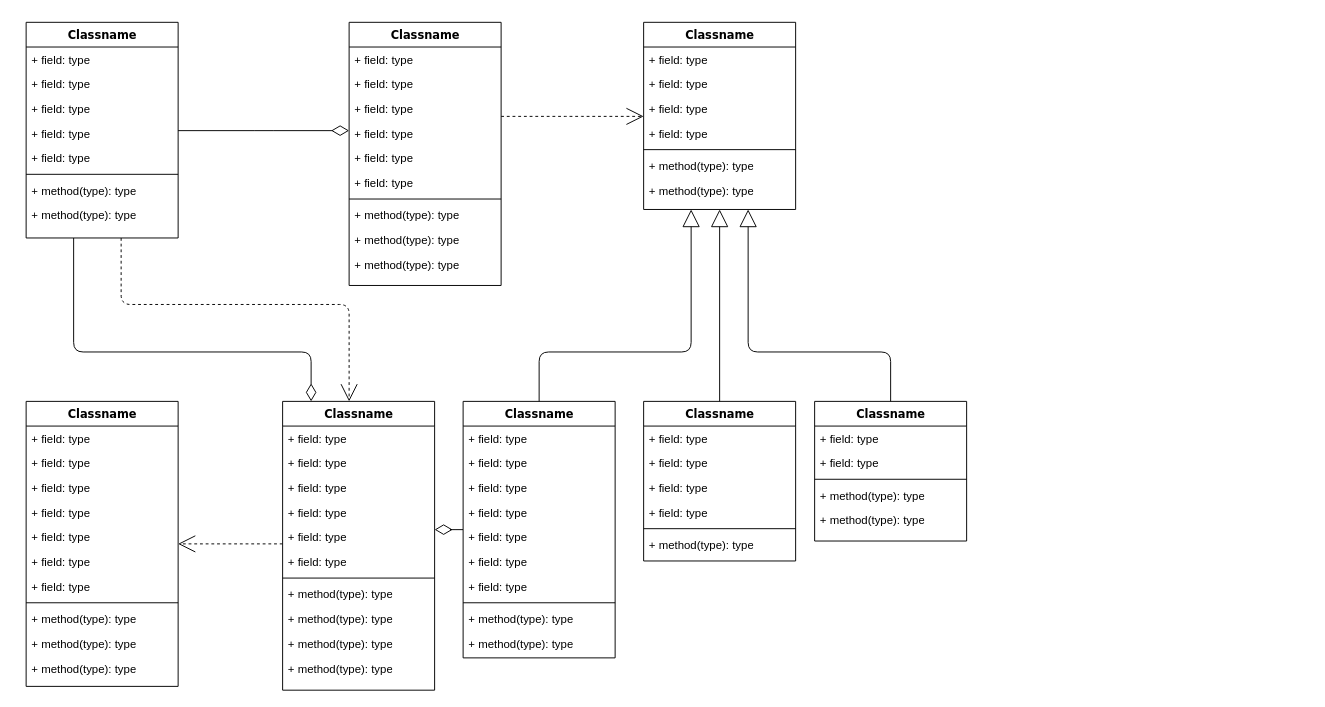
Before: Conceptual Data model.drawio in dolobe/e-commerce-SQL, a draw.io diagram. Source tidied: cells renumbered, new cells numbered last; positions are measured from the earlier drawing's top-left corner, leaving out a move shared by most shapes. Both pictures are drawn from the tidied source at 95%, with x=0, y=0 at pixel (26, 22).
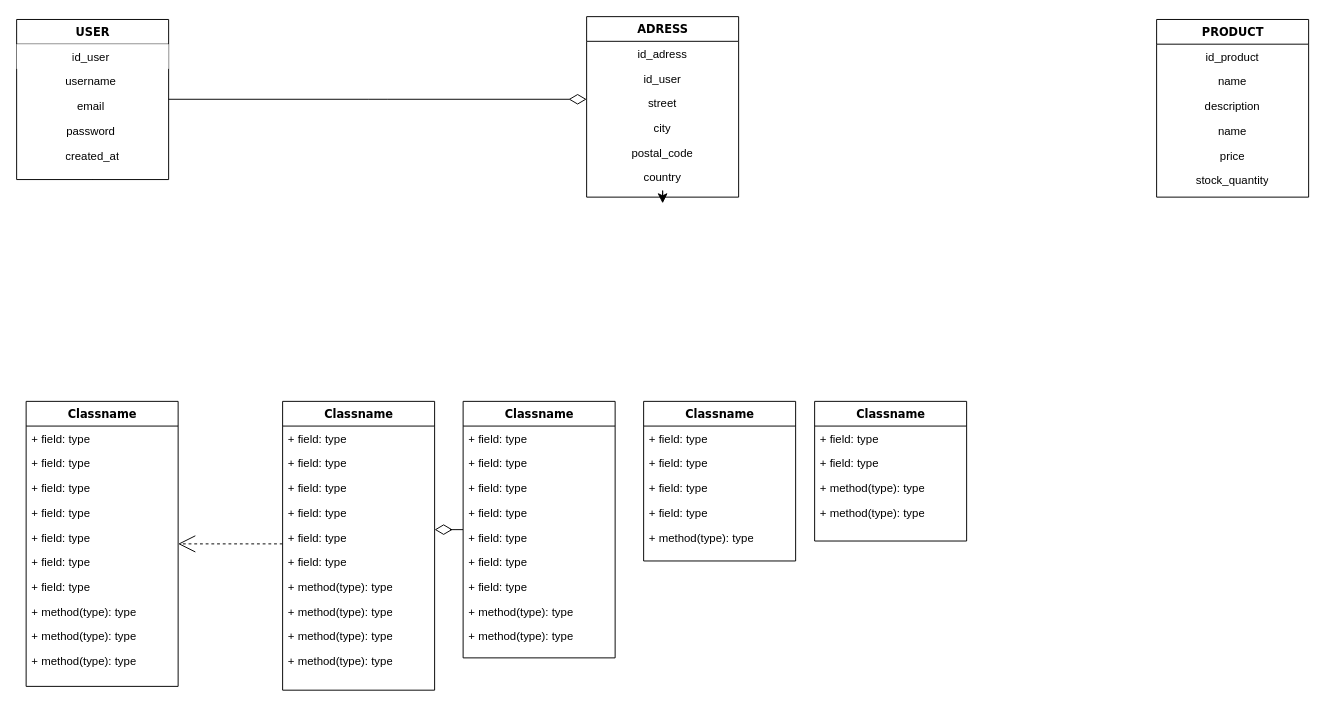
After the change.

Commit message (it also covers changes not shown here):
Mettre à jour Conceptual Data model.drawio

Unchanged cells that the change refers to:
```xml
<mxCell id="34" value="Classname" style="swimlane;html=1;fontStyle=1;align=center;verticalAlign=top;horizontal=1;startSize=26;swimlaneFillColor=#ffffff;rounded=0;shadow=0;comic=0;labelBackgroundColor=none;strokeWidth=1;fillColor=none;fontFamily=Verdana;fontSize=12;" parent="1" vertex="1">
  <mxGeometry y="399" width="160" height="300" as="geometry" />
</mxCell>
<mxCell id="47" value="Classname" style="swimlane;html=1;fontStyle=1;align=center;verticalAlign=top;horizontal=1;startSize=26;swimlaneFillColor=#ffffff;rounded=0;shadow=0;comic=0;labelBackgroundColor=none;strokeWidth=1;fillColor=none;fontFamily=Verdana;fontSize=12;" parent="1" vertex="1">
  <mxGeometry x="270" y="399" width="160" height="304" as="geometry" />
</mxCell>
<mxCell id="60" value="Classname" style="swimlane;html=1;fontStyle=1;align=center;verticalAlign=top;horizontal=1;startSize=26;swimlaneFillColor=#ffffff;rounded=0;shadow=0;comic=0;labelBackgroundColor=none;strokeWidth=1;fillColor=none;fontFamily=Verdana;fontSize=12;" parent="1" vertex="1">
  <mxGeometry x="460" y="399" width="160" height="270" as="geometry" />
</mxCell>
<mxCell id="72" value="Classname" style="swimlane;html=1;fontStyle=1;align=center;verticalAlign=top;horizontal=1;startSize=26;swimlaneFillColor=#ffffff;rounded=0;shadow=0;comic=0;labelBackgroundColor=none;strokeWidth=1;fillColor=none;fontFamily=Verdana;fontSize=12;" parent="1" vertex="1">
  <mxGeometry x="650" y="399" width="160" height="168" as="geometry" />
</mxCell>
<mxCell id="80" value="Classname" style="swimlane;html=1;fontStyle=1;align=center;verticalAlign=top;horizontal=1;startSize=26;swimlaneFillColor=#ffffff;rounded=0;shadow=0;comic=0;labelBackgroundColor=none;strokeWidth=1;fillColor=none;fontFamily=Verdana;fontSize=12;" parent="1" vertex="1">
  <mxGeometry x="830" y="399" width="160" height="147" as="geometry" />
</mxCell>
```

What changed in the source:
```diff
@@
-    <mxCell id="2" style="edgeStyle=orthogonalEdgeStyle;html=1;labelBackgroundColor=none;startFill=0;startSize=8;endArrow=open;endFill=0;endSize=16;fontFamily=Verdana;fontSize=12;dashed=1;" parent="1" edge="1" source="4" target="47">
-      <mxGeometry relative="1" as="geometry">
-        <Array as="points">
-          <mxPoint x="100" y="297" />
-          <mxPoint x="340" y="297" />
-        </Array>
-      </mxGeometry>
-    </mxCell>
-    <mxCell id="3" style="edgeStyle=orthogonalEdgeStyle;html=1;labelBackgroundColor=none;startFill=0;startSize=8;endArrow=diamondThin;endFill=0;endSize=16;fontFamily=Verdana;fontSize=12;" parent="1" edge="1" source="4" target="47">
-      <mxGeometry relative="1" as="geometry">
-        <Array as="points">
-          <mxPoint x="50" y="347" />
-          <mxPoint x="300" y="347" />
-        </Array>
-      </mxGeometry>
-    </mxCell>
+    <mxCell id="87" style="edgeStyle=none;curved=1;rounded=0;jettySize=auto;html=1;exitX=0.5;exitY=1;exitDx=0;exitDy=0;fontSize=12;startSize=8;endSize=8;" parent="1" edge="1" source="4">
+      <mxGeometry relative="1" as="geometry">
+        <mxPoint x="90" y="117" as="targetPoint" />
+      </mxGeometry>
+    </mxCell>
-    <mxCell id="4" value="Classname" style="swimlane;html=1;fontStyle=1;align=center;verticalAlign=top;horizontal=1;startSize=26;swimlaneFillColor=#ffffff;rounded=0;shadow=0;comic=0;labelBackgroundColor=none;strokeWidth=1;fillColor=none;fontFamily=Verdana;fontSize=12;" parent="1" vertex="1">
-      <mxGeometry width="160" height="227" as="geometry" />
+    <mxCell id="4" value="USER" style="swimlane;html=1;fontStyle=1;align=center;verticalAlign=top;horizontal=1;startSize=26;swimlaneFillColor=#ffffff;rounded=0;shadow=0;comic=0;labelBackgroundColor=none;strokeWidth=1;fillColor=none;fontFamily=Verdana;fontSize=12;" parent="1" vertex="1">
+      <mxGeometry x="-10" y="-3" width="160" height="168.5" as="geometry" />
     </mxCell>
-    <mxCell id="5" value="+ field: type" style="text;html=1;strokeColor=none;fillColor=none;align=left;verticalAlign=top;spacingLeft=4;spacingRight=4;whiteSpace=wrap;overflow=hidden;" parent="4" vertex="1">
-      <mxGeometry y="26" width="160" height="26" as="geometry" />
-    </mxCell>
-    <mxCell id="6" value="+ field: type" style="text;html=1;strokeColor=none;fillColor=none;align=left;verticalAlign=top;spacingLeft=4;spacingRight=4;whiteSpace=wrap;overflow=hidden;" parent="4" vertex="1">
-      <mxGeometry y="52" width="160" height="26" as="geometry" />
+    <mxCell id="6" value="id_user&amp;nbsp;" style="text;html=1;strokeColor=none;fillColor=default;align=center;verticalAlign=top;spacingLeft=4;spacingRight=4;whiteSpace=wrap;overflow=hidden;" parent="4" vertex="1">
+      <mxGeometry y="26" width="160" height="26" as="geometry" />
     </mxCell>
-    <mxCell id="7" value="+ field: type" style="text;html=1;strokeColor=none;fillColor=none;align=left;verticalAlign=top;spacingLeft=4;spacingRight=4;whiteSpace=wrap;overflow=hidden;" parent="4" vertex="1">
-      <mxGeometry y="78" width="160" height="26" as="geometry" />
+    <mxCell id="7" value="username&amp;nbsp;" style="text;html=1;strokeColor=none;fillColor=none;align=center;verticalAlign=top;spacingLeft=4;spacingRight=4;whiteSpace=wrap;overflow=hidden;" parent="4" vertex="1">
+      <mxGeometry y="52" width="160" height="26" as="geometry" />
     </mxCell>
-    <mxCell id="8" value="+ field: type" style="text;html=1;strokeColor=none;fillColor=none;align=left;verticalAlign=top;spacingLeft=4;spacingRight=4;whiteSpace=wrap;overflow=hidden;" parent="4" vertex="1">
-      <mxGeometry y="104" width="160" height="26" as="geometry" />
+    <mxCell id="8" value="email&amp;nbsp;" style="text;html=1;strokeColor=none;fillColor=none;align=center;verticalAlign=top;spacingLeft=4;spacingRight=4;whiteSpace=wrap;overflow=hidden;" parent="4" vertex="1">
+      <mxGeometry y="78" width="160" height="26" as="geometry" />
     </mxCell>
-    <mxCell id="9" value="+ field: type" style="text;html=1;strokeColor=none;fillColor=none;align=left;verticalAlign=top;spacingLeft=4;spacingRight=4;whiteSpace=wrap;overflow=hidden;" parent="4" vertex="1">
-      <mxGeometry y="130" width="160" height="26" as="geometry" />
+    <mxCell id="9" value="password&amp;nbsp;" style="text;html=1;strokeColor=none;fillColor=none;align=center;verticalAlign=top;spacingLeft=4;spacingRight=4;whiteSpace=wrap;overflow=hidden;" parent="4" vertex="1">
+      <mxGeometry y="104" width="160" height="26" as="geometry" />
     </mxCell>
-    <mxCell id="10" style="line;html=1;strokeWidth=1;fillColor=none;align=left;verticalAlign=middle;spacingTop=-1;spacingLeft=3;spacingRight=3;labelPosition=right;" parent="4" vertex="1">
-      <mxGeometry y="156" width="160" height="8" as="geometry" />
-    </mxCell>
-    <mxCell id="11" value="+ method(type): type" style="text;html=1;strokeColor=none;fillColor=none;align=left;verticalAlign=top;spacingLeft=4;spacingRight=4;whiteSpace=wrap;overflow=hidden;" parent="4" vertex="1">
-      <mxGeometry y="164" width="160" height="26" as="geometry" />
-    </mxCell>
-    <mxCell id="12" value="+ method(type): type" style="text;html=1;strokeColor=none;fillColor=none;align=left;verticalAlign=top;spacingLeft=4;spacingRight=4;whiteSpace=wrap;overflow=hidden;" parent="4" vertex="1">
-      <mxGeometry y="190" width="160" height="26" as="geometry" />
-    </mxCell>
-    <mxCell id="13" style="edgeStyle=elbowEdgeStyle;html=1;labelBackgroundColor=none;startFill=0;startSize=8;endArrow=open;endFill=0;endSize=16;fontFamily=Verdana;fontSize=12;elbow=vertical;dashed=1;" parent="1" edge="1" source="14" target="25">
-      <mxGeometry relative="1" as="geometry" />
-    </mxCell>
+    <mxCell id="88" value="created_at" style="text;html=1;strokeColor=none;fillColor=none;align=center;verticalAlign=top;spacingLeft=4;spacingRight=4;whiteSpace=wrap;overflow=hidden;" parent="4" vertex="1">
+      <mxGeometry y="130" width="160" height="26" as="geometry" />
+    </mxCell>
-    <mxCell id="14" value="Classname" style="swimlane;html=1;fontStyle=1;align=center;verticalAlign=top;horizontal=1;startSize=26;swimlaneFillColor=#ffffff;rounded=0;shadow=0;comic=0;labelBackgroundColor=none;strokeWidth=1;fillColor=none;fontFamily=Verdana;fontSize=12;" parent="1" vertex="1">
-      <mxGeometry x="340" width="160" height="277" as="geometry" />
+    <mxCell id="14" value="ADRESS" style="swimlane;html=1;fontStyle=1;align=center;verticalAlign=top;horizontal=1;startSize=26;swimlaneFillColor=#ffffff;rounded=0;shadow=0;comic=0;labelBackgroundColor=none;strokeWidth=1;fillColor=none;fontFamily=Verdana;fontSize=12;" parent="1" vertex="1">
+      <mxGeometry x="590" y="-6" width="160" height="190" as="geometry" />
     </mxCell>
-    <mxCell id="15" value="+ field: type" style="text;html=1;strokeColor=none;fillColor=none;align=left;verticalAlign=top;spacingLeft=4;spacingRight=4;whiteSpace=wrap;overflow=hidden;" parent="14" vertex="1">
+    <mxCell id="15" value="id_adress" style="text;html=1;strokeColor=none;fillColor=none;align=center;verticalAlign=top;spacingLeft=4;spacingRight=4;whiteSpace=wrap;overflow=hidden;" parent="14" vertex="1">
       <mxGeometry y="26" width="160" height="26" as="geometry" />
     </mxCell>
-    <mxCell id="16" value="+ field: type" style="text;html=1;strokeColor=none;fillColor=none;align=left;verticalAlign=top;spacingLeft=4;spacingRight=4;whiteSpace=wrap;overflow=hidden;" parent="14" vertex="1">
+    <mxCell id="16" value="id_user" style="text;html=1;strokeColor=none;fillColor=none;align=center;verticalAlign=top;spacingLeft=4;spacingRight=4;whiteSpace=wrap;overflow=hidden;" parent="14" vertex="1">
       <mxGeometry y="52" width="160" height="26" as="geometry" />
     </mxCell>
-    <mxCell id="17" value="+ field: type" style="text;html=1;strokeColor=none;fillColor=none;align=left;verticalAlign=top;spacingLeft=4;spacingRight=4;whiteSpace=wrap;overflow=hidden;" parent="14" vertex="1">
+    <mxCell id="17" value="street" style="text;html=1;strokeColor=none;fillColor=none;align=center;verticalAlign=top;spacingLeft=4;spacingRight=4;whiteSpace=wrap;overflow=hidden;" parent="14" vertex="1">
       <mxGeometry y="78" width="160" height="26" as="geometry" />
     </mxCell>
-    <mxCell id="18" value="+ field: type" style="text;html=1;strokeColor=none;fillColor=none;align=left;verticalAlign=top;spacingLeft=4;spacingRight=4;whiteSpace=wrap;overflow=hidden;" parent="14" vertex="1">
+    <mxCell id="18" value="city" style="text;html=1;strokeColor=none;fillColor=none;align=center;verticalAlign=top;spacingLeft=4;spacingRight=4;whiteSpace=wrap;overflow=hidden;" parent="14" vertex="1">
       <mxGeometry y="104" width="160" height="26" as="geometry" />
     </mxCell>
-    <mxCell id="19" value="+ field: type" style="text;html=1;strokeColor=none;fillColor=none;align=left;verticalAlign=top;spacingLeft=4;spacingRight=4;whiteSpace=wrap;overflow=hidden;" parent="14" vertex="1">
+    <mxCell id="19" value="postal_code" style="text;html=1;strokeColor=none;fillColor=none;align=center;verticalAlign=top;spacingLeft=4;spacingRight=4;whiteSpace=wrap;overflow=hidden;" parent="14" vertex="1">
       <mxGeometry y="130" width="160" height="26" as="geometry" />
     </mxCell>
-    <mxCell id="20" value="+ field: type" style="text;html=1;strokeColor=none;fillColor=none;align=left;verticalAlign=top;spacingLeft=4;spacingRight=4;whiteSpace=wrap;overflow=hidden;points=[[0,0.5],[1,0.5]];portConstraint=eastwest;" parent="14" vertex="1">
-      <mxGeometry y="156" width="160" height="26" as="geometry" />
+    <mxCell id="20" value="country" style="text;html=1;strokeColor=none;fillColor=none;align=center;verticalAlign=top;spacingLeft=4;spacingRight=4;whiteSpace=wrap;overflow=hidden;points=[[0,0.5],[1,0.5]];portConstraint=eastwest;" parent="14" vertex="1">
+      <mxGeometry y="156" width="160" height="34" as="geometry" />
     </mxCell>
-    <mxCell id="21" style="line;html=1;strokeWidth=1;fillColor=none;align=left;verticalAlign=middle;spacingTop=-1;spacingLeft=3;spacingRight=3;labelPosition=right;" parent="14" vertex="1">
-      <mxGeometry y="182" width="160" height="8" as="geometry" />
-    </mxCell>
-    <mxCell id="22" value="+ method(type): type" style="text;html=1;strokeColor=none;fillColor=none;align=left;verticalAlign=top;spacingLeft=4;spacingRight=4;whiteSpace=wrap;overflow=hidden;" parent="14" vertex="1">
-      <mxGeometry y="190" width="160" height="26" as="geometry" />
-    </mxCell>
-    <mxCell id="23" value="+ method(type): type" style="text;html=1;strokeColor=none;fillColor=none;align=left;verticalAlign=top;spacingLeft=4;spacingRight=4;whiteSpace=wrap;overflow=hidden;" parent="14" vertex="1">
-      <mxGeometry y="216" width="160" height="26" as="geometry" />
-    </mxCell>
-    <mxCell id="24" value="+ method(type): type" style="text;html=1;strokeColor=none;fillColor=none;align=left;verticalAlign=top;spacingLeft=4;spacingRight=4;whiteSpace=wrap;overflow=hidden;" parent="14" vertex="1">
-      <mxGeometry y="242" width="160" height="26" as="geometry" />
-    </mxCell>
+    <mxCell id="89" style="edgeStyle=none;curved=1;rounded=0;jettySize=auto;html=1;exitX=0.5;exitY=1;exitDx=0;exitDy=0;entryX=0.5;entryY=1.192;entryDx=0;entryDy=0;entryPerimeter=0;fontSize=12;startSize=8;endSize=8;" parent="14" edge="1" source="14" target="20">
+      <mxGeometry relative="1" as="geometry">
+        <Array as="points">
+          <mxPoint x="80" y="177" />
+        </Array>
+      </mxGeometry>
+    </mxCell>
-    <mxCell id="25" value="Classname" style="swimlane;html=1;fontStyle=1;align=center;verticalAlign=top;horizontal=1;startSize=26;swimlaneFillColor=#ffffff;rounded=0;shadow=0;comic=0;labelBackgroundColor=none;strokeWidth=1;fillColor=none;fontFamily=Verdana;fontSize=12;" parent="1" vertex="1">
-      <mxGeometry x="650" width="160" height="197" as="geometry" />
+    <mxCell id="25" value="PRODUCT" style="swimlane;html=1;fontStyle=1;align=center;verticalAlign=top;horizontal=1;startSize=26;swimlaneFillColor=#ffffff;rounded=0;shadow=0;comic=0;labelBackgroundColor=none;strokeWidth=1;fillColor=none;fontFamily=Verdana;fontSize=12;" parent="1" vertex="1">
+      <mxGeometry x="1190" y="-3" width="160" height="187" as="geometry" />
     </mxCell>
-    <mxCell id="26" value="+ field: type" style="text;html=1;strokeColor=none;fillColor=none;align=left;verticalAlign=top;spacingLeft=4;spacingRight=4;whiteSpace=wrap;overflow=hidden;" parent="25" vertex="1">
+    <mxCell id="26" value="id_product" style="text;html=1;strokeColor=none;fillColor=none;align=center;verticalAlign=top;spacingLeft=4;spacingRight=4;whiteSpace=wrap;overflow=hidden;" parent="25" vertex="1">
       <mxGeometry y="26" width="160" height="26" as="geometry" />
     </mxCell>
-    <mxCell id="27" value="+ field: type" style="text;html=1;strokeColor=none;fillColor=none;align=left;verticalAlign=top;spacingLeft=4;spacingRight=4;whiteSpace=wrap;overflow=hidden;" parent="25" vertex="1">
+    <mxCell id="27" value="name" style="text;html=1;strokeColor=none;fillColor=none;align=center;verticalAlign=top;spacingLeft=4;spacingRight=4;whiteSpace=wrap;overflow=hidden;" parent="25" vertex="1">
       <mxGeometry y="52" width="160" height="26" as="geometry" />
     </mxCell>
-    <mxCell id="28" value="+ field: type" style="text;html=1;strokeColor=none;fillColor=none;align=left;verticalAlign=top;spacingLeft=4;spacingRight=4;whiteSpace=wrap;overflow=hidden;" parent="25" vertex="1">
+    <mxCell id="28" value="description" style="text;html=1;strokeColor=none;fillColor=none;align=center;verticalAlign=top;spacingLeft=4;spacingRight=4;whiteSpace=wrap;overflow=hidden;" parent="25" vertex="1">
       <mxGeometry y="78" width="160" height="26" as="geometry" />
     </mxCell>
-    <mxCell id="29" value="+ field: type" style="text;html=1;strokeColor=none;fillColor=none;align=left;verticalAlign=top;spacingLeft=4;spacingRight=4;whiteSpace=wrap;overflow=hidden;" parent="25" vertex="1">
+    <mxCell id="29" value="name" style="text;html=1;strokeColor=none;fillColor=none;align=center;verticalAlign=top;spacingLeft=4;spacingRight=4;whiteSpace=wrap;overflow=hidden;" parent="25" vertex="1">
       <mxGeometry y="104" width="160" height="26" as="geometry" />
     </mxCell>
-    <mxCell id="30" style="line;html=1;strokeWidth=1;fillColor=none;align=left;verticalAlign=middle;spacingTop=-1;spacingLeft=3;spacingRight=3;labelPosition=right;" parent="25" vertex="1">
-      <mxGeometry y="130" width="160" height="8" as="geometry" />
-    </mxCell>
-    <mxCell id="31" value="+ method(type): type" style="text;html=1;strokeColor=none;fillColor=none;align=left;verticalAlign=top;spacingLeft=4;spacingRight=4;whiteSpace=wrap;overflow=hidden;" parent="25" vertex="1">
-      <mxGeometry y="138" width="160" height="26" as="geometry" />
+    <mxCell id="31" value="price" style="text;html=1;strokeColor=none;fillColor=none;align=center;verticalAlign=top;spacingLeft=4;spacingRight=4;whiteSpace=wrap;overflow=hidden;" parent="25" vertex="1">
+      <mxGeometry y="130" width="160" height="26" as="geometry" />
     </mxCell>
-    <mxCell id="32" value="+ method(type): type" style="text;html=1;strokeColor=none;fillColor=none;align=left;verticalAlign=top;spacingLeft=4;spacingRight=4;whiteSpace=wrap;overflow=hidden;" parent="25" vertex="1">
-      <mxGeometry y="164" width="160" height="26" as="geometry" />
+    <mxCell id="32" value="stock_quantity" style="text;html=1;strokeColor=none;fillColor=none;align=center;verticalAlign=top;spacingLeft=4;spacingRight=4;whiteSpace=wrap;overflow=hidden;" parent="25" vertex="1">
+      <mxGeometry y="156" width="160" height="26" as="geometry" />
     </mxCell>
@@
-    <mxCell id="42" style="line;html=1;strokeWidth=1;fillColor=none;align=left;verticalAlign=middle;spacingTop=-1;spacingLeft=3;spacingRight=3;labelPosition=right;" parent="34" vertex="1">
-      <mxGeometry y="208" width="160" height="8" as="geometry" />
-    </mxCell>
     <mxCell id="43" value="+ method(type): type" style="text;html=1;strokeColor=none;fillColor=none;align=left;verticalAlign=top;spacingLeft=4;spacingRight=4;whiteSpace=wrap;overflow=hidden;" parent="34" vertex="1">
-      <mxGeometry y="216" width="160" height="26" as="geometry" />
+      <mxGeometry y="208" width="160" height="26" as="geometry" />
     </mxCell>
     <mxCell id="44" value="+ method(type): type" style="text;html=1;strokeColor=none;fillColor=none;align=left;verticalAlign=top;spacingLeft=4;spacingRight=4;whiteSpace=wrap;overflow=hidden;" parent="34" vertex="1">
-      <mxGeometry y="242" width="160" height="26" as="geometry" />
+      <mxGeometry y="234" width="160" height="26" as="geometry" />
     </mxCell>
     <mxCell id="45" value="+ method(type): type" style="text;html=1;strokeColor=none;fillColor=none;align=left;verticalAlign=top;spacingLeft=4;spacingRight=4;whiteSpace=wrap;overflow=hidden;" parent="34" vertex="1">
-      <mxGeometry y="268" width="160" height="26" as="geometry" />
+      <mxGeometry y="260" width="160" height="26" as="geometry" />
     </mxCell>
@@
-    <mxCell id="54" style="line;html=1;strokeWidth=1;fillColor=none;align=left;verticalAlign=middle;spacingTop=-1;spacingLeft=3;spacingRight=3;labelPosition=right;" parent="47" vertex="1">
-      <mxGeometry y="182" width="160" height="8" as="geometry" />
-    </mxCell>
     <mxCell id="55" value="+ method(type): type" style="text;html=1;strokeColor=none;fillColor=none;align=left;verticalAlign=top;spacingLeft=4;spacingRight=4;whiteSpace=wrap;overflow=hidden;" parent="47" vertex="1">
-      <mxGeometry y="190" width="160" height="26" as="geometry" />
+      <mxGeometry y="182" width="160" height="26" as="geometry" />
     </mxCell>
     <mxCell id="56" value="+ method(type): type" style="text;html=1;strokeColor=none;fillColor=none;align=left;verticalAlign=top;spacingLeft=4;spacingRight=4;whiteSpace=wrap;overflow=hidden;" parent="47" vertex="1">
-      <mxGeometry y="216" width="160" height="26" as="geometry" />
+      <mxGeometry y="208" width="160" height="26" as="geometry" />
     </mxCell>
     <mxCell id="57" value="+ method(type): type" style="text;html=1;strokeColor=none;fillColor=none;align=left;verticalAlign=top;spacingLeft=4;spacingRight=4;whiteSpace=wrap;overflow=hidden;" parent="47" vertex="1">
-      <mxGeometry y="242" width="160" height="26" as="geometry" />
+      <mxGeometry y="234" width="160" height="26" as="geometry" />
     </mxCell>
     <mxCell id="58" value="+ method(type): type" style="text;html=1;strokeColor=none;fillColor=none;align=left;verticalAlign=top;spacingLeft=4;spacingRight=4;whiteSpace=wrap;overflow=hidden;" parent="47" vertex="1">
-      <mxGeometry y="268" width="160" height="26" as="geometry" />
+      <mxGeometry y="260" width="160" height="26" as="geometry" />
     </mxCell>
-    <mxCell id="59" style="edgeStyle=orthogonalEdgeStyle;html=1;labelBackgroundColor=none;startFill=0;startSize=8;endArrow=block;endFill=0;endSize=16;fontFamily=Verdana;fontSize=12;" parent="1" edge="1" source="60" target="25">
-      <mxGeometry relative="1" as="geometry">
-        <Array as="points">
-          <mxPoint x="540" y="347" />
-          <mxPoint x="700" y="347" />
-        </Array>
-      </mxGeometry>
-    </mxCell>
@@
-    <mxCell id="68" style="line;html=1;strokeWidth=1;fillColor=none;align=left;verticalAlign=middle;spacingTop=-1;spacingLeft=3;spacingRight=3;labelPosition=right;" parent="60" vertex="1">
-      <mxGeometry y="208" width="160" height="8" as="geometry" />
-    </mxCell>
     <mxCell id="69" value="+ method(type): type" style="text;html=1;strokeColor=none;fillColor=none;align=left;verticalAlign=top;spacingLeft=4;spacingRight=4;whiteSpace=wrap;overflow=hidden;" parent="60" vertex="1">
-      <mxGeometry y="216" width="160" height="26" as="geometry" />
+      <mxGeometry y="208" width="160" height="26" as="geometry" />
     </mxCell>
     <mxCell id="70" value="+ method(type): type" style="text;html=1;strokeColor=none;fillColor=none;align=left;verticalAlign=top;spacingLeft=4;spacingRight=4;whiteSpace=wrap;overflow=hidden;" parent="60" vertex="1">
-      <mxGeometry y="242" width="160" height="26" as="geometry" />
+      <mxGeometry y="234" width="160" height="26" as="geometry" />
     </mxCell>
-    <mxCell id="71" style="edgeStyle=orthogonalEdgeStyle;html=1;labelBackgroundColor=none;startFill=0;startSize=8;endArrow=block;endFill=0;endSize=16;fontFamily=Verdana;fontSize=12;" parent="1" edge="1" source="72" target="25">
-      <mxGeometry relative="1" as="geometry" />
-    </mxCell>
@@
-    <mxCell id="77" style="line;html=1;strokeWidth=1;fillColor=none;align=left;verticalAlign=middle;spacingTop=-1;spacingLeft=3;spacingRight=3;labelPosition=right;" parent="72" vertex="1">
-      <mxGeometry y="130" width="160" height="8" as="geometry" />
-    </mxCell>
     <mxCell id="78" value="+ method(type): type" style="text;html=1;strokeColor=none;fillColor=none;align=left;verticalAlign=top;spacingLeft=4;spacingRight=4;whiteSpace=wrap;overflow=hidden;" parent="72" vertex="1">
-      <mxGeometry y="138" width="160" height="26" as="geometry" />
+      <mxGeometry y="130" width="160" height="26" as="geometry" />
     </mxCell>
-    <mxCell id="79" style="edgeStyle=orthogonalEdgeStyle;html=1;labelBackgroundColor=none;startFill=0;startSize=8;endArrow=block;endFill=0;endSize=16;fontFamily=Verdana;fontSize=12;" parent="1" edge="1" source="80" target="25">
-      <mxGeometry relative="1" as="geometry">
-        <Array as="points">
-          <mxPoint x="910" y="347" />
-          <mxPoint x="760" y="347" />
-        </Array>
-      </mxGeometry>
-    </mxCell>
@@
-    <mxCell id="83" style="line;html=1;strokeWidth=1;fillColor=none;align=left;verticalAlign=middle;spacingTop=-1;spacingLeft=3;spacingRight=3;labelPosition=right;" parent="80" vertex="1">
-      <mxGeometry y="78" width="160" height="8" as="geometry" />
-    </mxCell>
     <mxCell id="84" value="+ method(type): type" style="text;html=1;strokeColor=none;fillColor=none;align=left;verticalAlign=top;spacingLeft=4;spacingRight=4;whiteSpace=wrap;overflow=hidden;" parent="80" vertex="1">
-      <mxGeometry y="86" width="160" height="26" as="geometry" />
+      <mxGeometry y="78" width="160" height="26" as="geometry" />
     </mxCell>
     <mxCell id="85" value="+ method(type): type" style="text;html=1;strokeColor=none;fillColor=none;align=left;verticalAlign=top;spacingLeft=4;spacingRight=4;whiteSpace=wrap;overflow=hidden;" parent="80" vertex="1">
-      <mxGeometry y="112" width="160" height="26" as="geometry" />
+      <mxGeometry y="104" width="160" height="26" as="geometry" />
     </mxCell>
```
